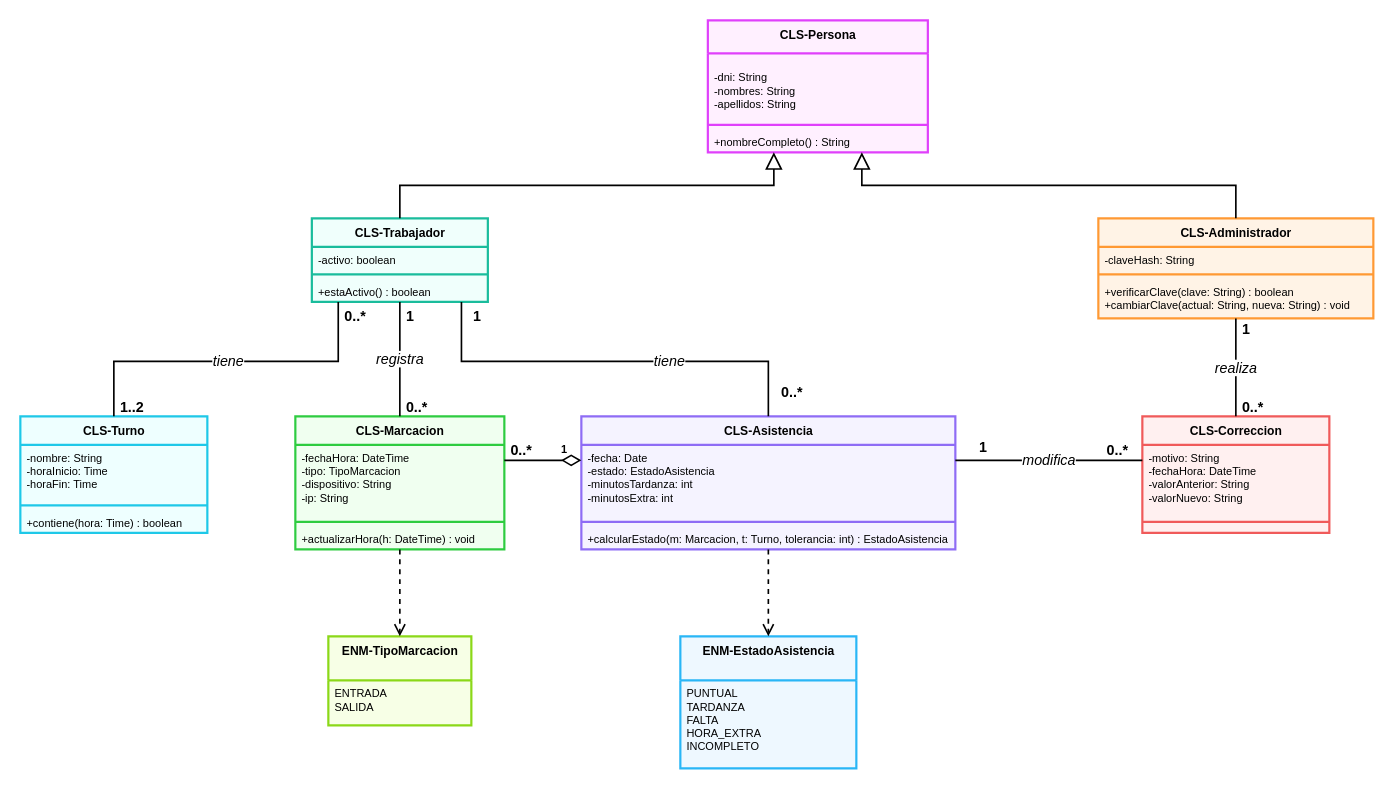
Earlier version of the draw.io diagram modelos/iter2/clases.drawio (aktzk73/Tema6_Grupo2). Source tidied: cells renumbered, new cells numbered last; positions are measured from the earlier drawing's top-left corner, leaving out a move shared by most shapes. Both pictures are drawn from the tidied source at 110%, with x=0, y=0 at pixel (20, 20).
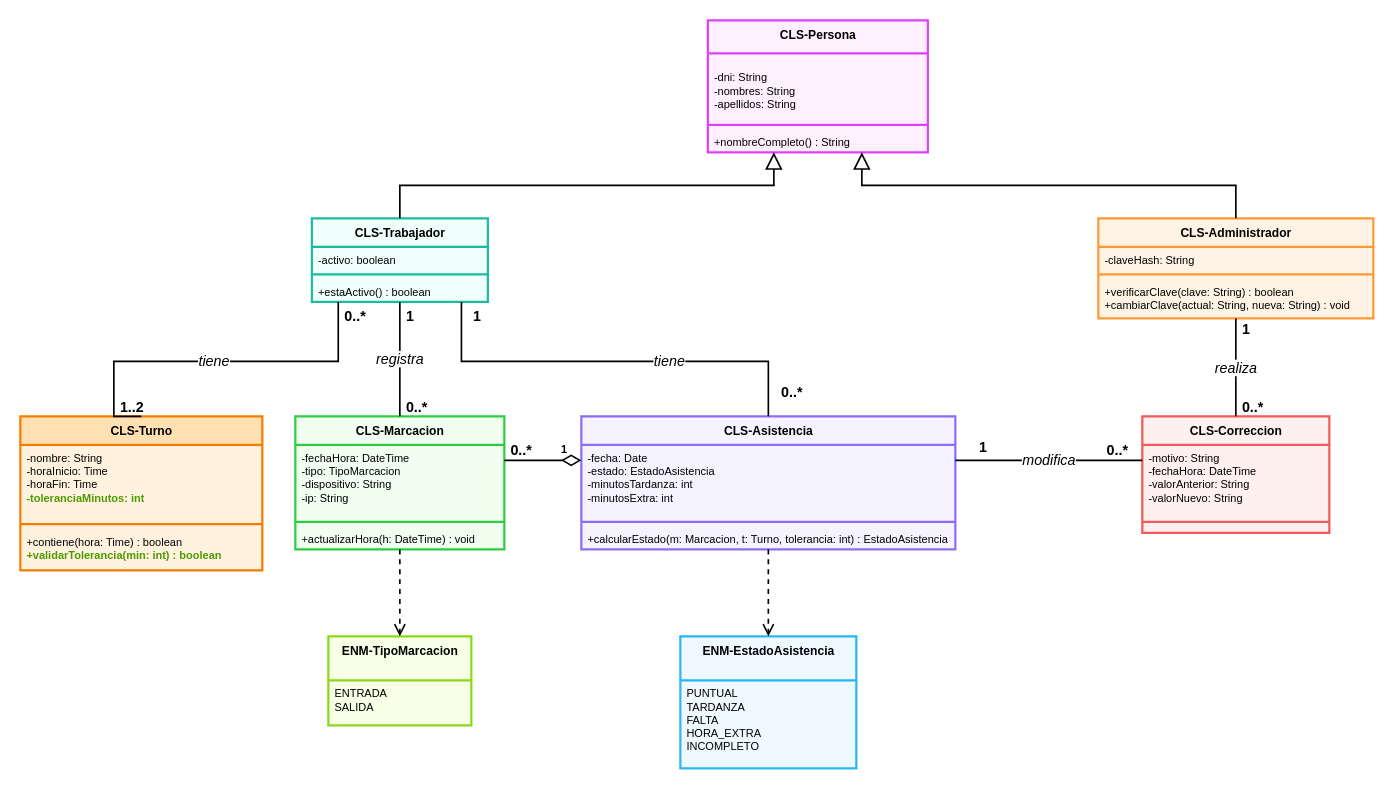
After the change.

Commit message (it also covers changes not shown here):
CR-001: agrega diagrama de clases v1.1

Change to the diagram source:
```diff
@@
-    <mxCell id="14" value="CLS-Turno" style="swimlane;fontStyle=1;align=center;verticalAlign=top;horizontal=1;startSize=26;html=1;fillColor=#EEFFFF;strokeColor=#1EC8E8;strokeWidth=2;fontSize=11;swimlaneFillColor=#EEFFFF;" parent="1" vertex="1">
-      <mxGeometry y="360" width="170" height="106" as="geometry" />
+    <mxCell id="14" value="CLS-Turno" style="swimlane;fontStyle=1;align=center;verticalAlign=top;horizontal=1;startSize=26;html=1;fillColor=#FFE0B2;strokeColor=#F57C00;strokeWidth=2;fontSize=11;swimlaneFillColor=#FFF3E0;" parent="1" vertex="1">
+      <mxGeometry y="360" width="220" height="140" as="geometry" />
     </mxCell>
-    <mxCell id="15" value="-nombre: String&#10;-horaInicio: Time&#10;-horaFin: Time" style="text;html=0;strokeColor=none;fillColor=none;align=left;verticalAlign=top;spacingLeft=4;spacingRight=4;overflow=hidden;fontSize=10;whiteSpace=nowrap;" parent="14" vertex="1">
-      <mxGeometry y="26" width="170" height="51" as="geometry" />
+    <mxCell id="15" value="-nombre: String&lt;br&gt;-horaInicio: Time&lt;br&gt;-horaFin: Time&lt;br&gt;&lt;b style=&quot;color: rgb(77, 153, 0);&quot;&gt;-toleranciaMinutos: int&lt;/b&gt;" style="text;html=1;strokeColor=none;fillColor=none;align=left;verticalAlign=top;spacingLeft=4;spacingRight=4;overflow=hidden;fontSize=10;whiteSpace=nowrap;" parent="14" vertex="1">
+      <mxGeometry y="26" width="220" height="68" as="geometry" />
     </mxCell>
-    <mxCell id="16" style="line;strokeWidth=2;fillColor=none;align=left;verticalAlign=middle;spacingTop=-1;spacingLeft=3;spacingRight=3;labelPosition=right;strokeColor=#1EC8E8;" parent="14" vertex="1">
-      <mxGeometry y="77" width="170" height="8" as="geometry" />
+    <mxCell id="16" style="line;strokeWidth=2;fillColor=none;align=left;verticalAlign=middle;spacingTop=-1;spacingLeft=3;spacingRight=3;labelPosition=right;strokeColor=#F57C00;" parent="14" vertex="1">
+      <mxGeometry y="94" width="220" height="8" as="geometry" />
     </mxCell>
-    <mxCell id="17" value="+contiene(hora: Time) : boolean" style="text;html=0;strokeColor=none;fillColor=none;align=left;verticalAlign=top;spacingLeft=4;spacingRight=4;overflow=hidden;fontSize=10;whiteSpace=nowrap;" parent="14" vertex="1">
-      <mxGeometry y="85" width="170" height="21" as="geometry" />
+    <mxCell id="17" value="+contiene(hora: Time) : boolean&lt;br&gt;&lt;span style=&quot;color: rgb(77, 153, 0);&quot;&gt;&lt;b&gt;+validarTolerancia(min: int) : boolean&lt;/b&gt;&lt;/span&gt;" style="text;html=1;strokeColor=none;fillColor=none;align=left;verticalAlign=top;spacingLeft=4;spacingRight=4;overflow=hidden;fontSize=10;whiteSpace=nowrap;" parent="14" vertex="1">
+      <mxGeometry y="102" width="220" height="38" as="geometry" />
     </mxCell>
```
